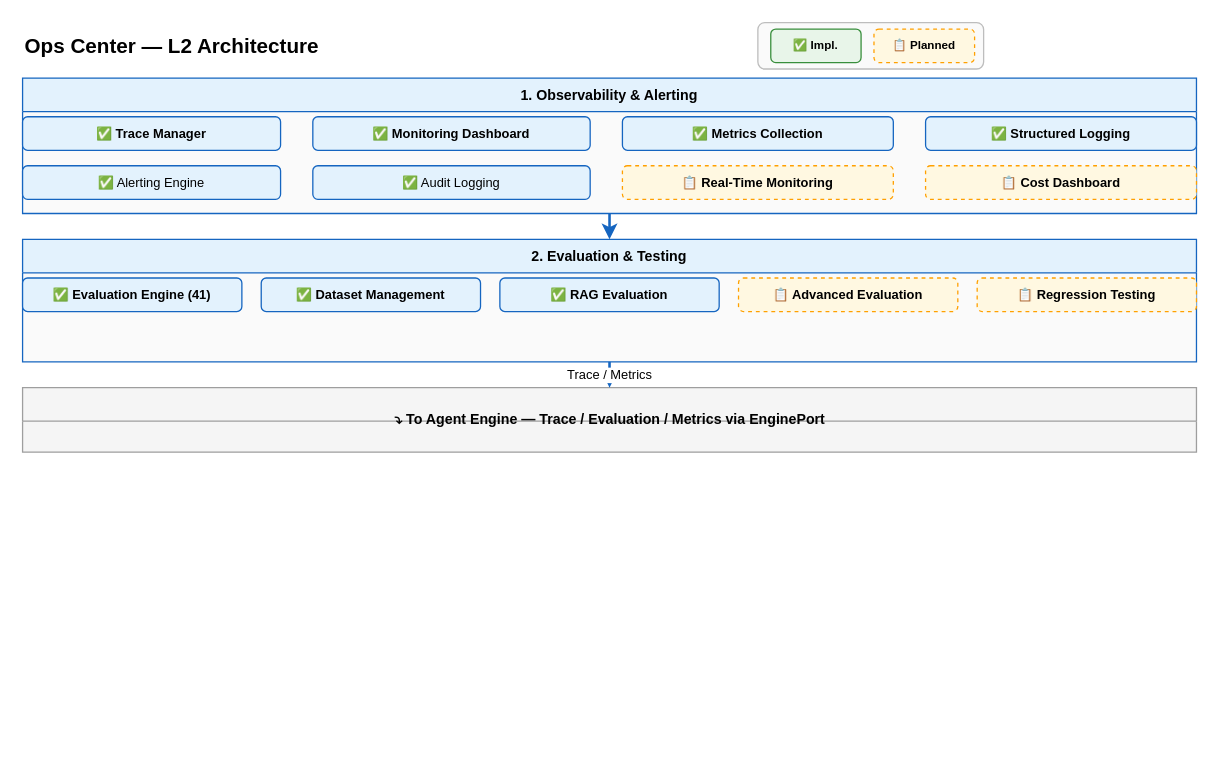
Earlier version of the draw.io diagram docs/design/hardware/ops-center-l2.drawio (xueyufish/hecate). Source tidied: cells renumbered, new cells numbered last; positions are measured from the earlier drawing's top-left corner, leaving out a move shared by most shapes. Both pictures are drawn from the tidied source at 129%, with x=0, y=0 at pixel (22, 22).
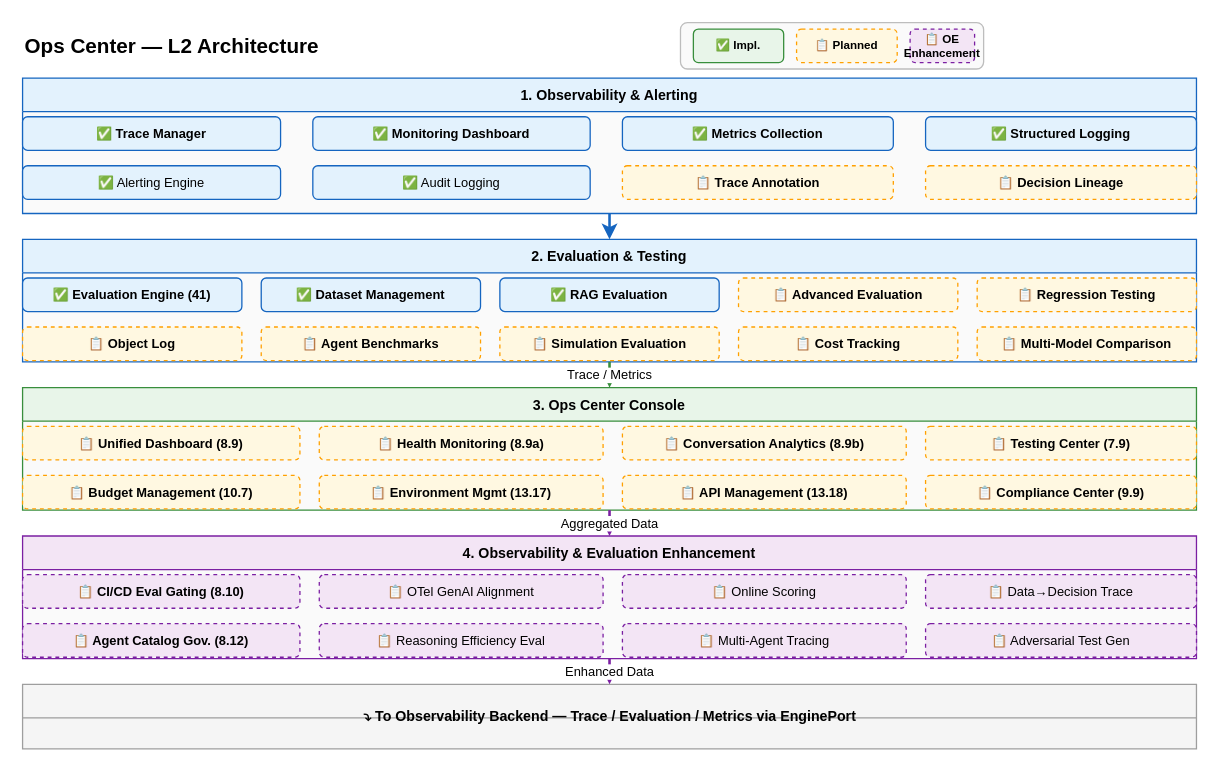
The same diagram, later.

Unchanged cells that the change refers to:
```xml
<mxCell id="6" value="1. Observability &amp; Alerting" style="swimlane;startSize=26;fillColor=#E3F2FD;strokeColor=#1565C0;fontSize=11;fontStyle=1;swimlaneFillColor=#FAFAFA;" parent="1" vertex="1">
  <mxGeometry y="43" width="910" height="105" as="geometry" />
</mxCell>
<mxCell id="15" value="2. Evaluation &amp; Testing" style="swimlane;startSize=26;fillColor=#E3F2FD;strokeColor=#1565C0;fontSize=11;fontStyle=1;swimlaneFillColor=#FAFAFA;" parent="1" vertex="1">
  <mxGeometry y="168" width="910" height="95" as="geometry" />
</mxCell>
```

What changed in the source:
```diff
@@
     <mxCell id="2" style="rounded=1;whiteSpace=wrap;html=1;fillColor=#FAFAFA;strokeColor=#BDBDBD;strokeWidth=1;" parent="1" vertex="1">
-      <mxGeometry x="570" width="175" height="36" as="geometry" />
+      <mxGeometry x="510" width="235" height="36" as="geometry" />
     </mxCell>
     <mxCell id="3" value="✅ Impl." style="rounded=1;whiteSpace=wrap;html=1;fillColor=#E8F5E9;strokeColor=#388E3C;fontSize=9;fontStyle=1;" parent="1" vertex="1">
-      <mxGeometry x="580" y="5" width="70" height="26" as="geometry" />
+      <mxGeometry x="520" y="5" width="70" height="26" as="geometry" />
     </mxCell>
     <mxCell id="4" value="📋 Planned" style="rounded=1;whiteSpace=wrap;html=1;fillColor=#FFF8E1;strokeColor=#FFA000;fontSize=9;fontStyle=1;dashed=1;" parent="1" vertex="1">
-      <mxGeometry x="660" y="5" width="78" height="26" as="geometry" />
+      <mxGeometry x="600" y="5" width="78" height="26" as="geometry" />
     </mxCell>
+    <mxCell id="25" value="📋 OE Enhancement" style="rounded=1;whiteSpace=wrap;html=1;fillColor=#F3E5F5;strokeColor=#7B1FA2;fontSize=9;fontStyle=1;dashed=1;" parent="1" vertex="1">
+      <mxGeometry x="688" y="5" width="50" height="26" as="geometry" />
+    </mxCell>
@@
-    <mxCell id="13" value="📋 Real-Time Monitoring" style="rounded=1;whiteSpace=wrap;html=1;fillColor=#FFF8E1;strokeColor=#FFA000;fontSize=10;fontStyle=1;dashed=1;" parent="6" vertex="1">
-      <mxGeometry x="465" y="68" width="210" height="26" as="geometry" />
-    </mxCell>
-    <mxCell id="14" value="📋 Cost Dashboard" style="rounded=1;whiteSpace=wrap;html=1;fillColor=#FFF8E1;strokeColor=#FFA000;fontSize=10;fontStyle=1;dashed=1;" parent="6" vertex="1">
-      <mxGeometry x="700" y="68" width="210" height="26" as="geometry" />
-    </mxCell>
+    <mxCell id="26" value="📋 Trace Annotation" style="rounded=1;whiteSpace=wrap;html=1;fillColor=#FFF8E1;strokeColor=#FFA000;fontSize=10;fontStyle=1;dashed=1;" parent="6" vertex="1">
+      <mxGeometry x="465" y="68" width="210" height="26" as="geometry" />
+    </mxCell>
+    <mxCell id="27" value="📋 Decision Lineage" style="rounded=1;whiteSpace=wrap;html=1;fillColor=#FFF8E1;strokeColor=#FFA000;fontSize=10;fontStyle=1;dashed=1;" parent="6" vertex="1">
+      <mxGeometry x="700" y="68" width="210" height="26" as="geometry" />
+    </mxCell>
@@
+    <mxCell id="28" value="📋 Object Log" style="rounded=1;whiteSpace=wrap;html=1;fillColor=#FFF8E1;strokeColor=#FFA000;fontSize=10;fontStyle=1;dashed=1;" parent="15" vertex="1">
+      <mxGeometry y="68" width="170" height="26" as="geometry" />
+    </mxCell>
+    <mxCell id="29" value="📋 Agent Benchmarks" style="rounded=1;whiteSpace=wrap;html=1;fillColor=#FFF8E1;strokeColor=#FFA000;fontSize=10;fontStyle=1;dashed=1;" parent="15" vertex="1">
+      <mxGeometry x="185" y="68" width="170" height="26" as="geometry" />
+    </mxCell>
+    <mxCell id="30" value="📋 Simulation Evaluation" style="rounded=1;whiteSpace=wrap;html=1;fillColor=#FFF8E1;strokeColor=#FFA000;fontSize=10;fontStyle=1;dashed=1;" parent="15" vertex="1">
+      <mxGeometry x="370" y="68" width="170" height="26" as="geometry" />
+    </mxCell>
+    <mxCell id="31" value="📋 Cost Tracking" style="rounded=1;whiteSpace=wrap;html=1;fillColor=#FFF8E1;strokeColor=#FFA000;fontSize=10;fontStyle=1;dashed=1;" parent="15" vertex="1">
+      <mxGeometry x="555" y="68" width="170" height="26" as="geometry" />
+    </mxCell>
+    <mxCell id="32" value="📋 Multi-Model Comparison" style="rounded=1;whiteSpace=wrap;html=1;fillColor=#FFF8E1;strokeColor=#FFA000;fontSize=10;fontStyle=1;dashed=1;" parent="15" vertex="1">
+      <mxGeometry x="740" y="68" width="170" height="26" as="geometry" />
+    </mxCell>
-    <mxCell id="21" style="swimlane;startSize=26;fillColor=#F5F5F5;strokeColor=#9E9E9E;fontSize=11;fontStyle=1;swimlaneFillColor=#F5F5F5;" parent="1" vertex="1">
-      <mxGeometry y="283" width="910" height="50" as="geometry" />
+    <mxCell id="21" value="3. Ops Center Console" style="swimlane;startSize=26;fillColor=#E8F5E9;strokeColor=#388E3C;fontSize=11;fontStyle=1;swimlaneFillColor=#FAFAFA;" parent="1" vertex="1">
+      <mxGeometry y="283" width="910" height="95" as="geometry" />
     </mxCell>
-    <mxCell id="22" value="⤵  To Agent Engine — Trace / Evaluation / Metrics via EnginePort" style="text;html=1;fontSize=11;fontStyle=1;align=center;verticalAlign=middle;fillColor=none;strokeColor=none;" parent="21" vertex="1">
-      <mxGeometry x="155" y="5" width="600" height="40" as="geometry" />
-    </mxCell>
+    <mxCell id="33" value="📋 Unified Dashboard (8.9)" style="rounded=1;whiteSpace=wrap;html=1;fillColor=#FFF8E1;strokeColor=#FFA000;fontSize=10;fontStyle=1;dashed=1;" parent="21" vertex="1">
+      <mxGeometry y="30" width="215" height="26" as="geometry" />
+    </mxCell>
+    <mxCell id="34" value="📋 Health Monitoring (8.9a)" style="rounded=1;whiteSpace=wrap;html=1;fillColor=#FFF8E1;strokeColor=#FFA000;fontSize=10;fontStyle=1;dashed=1;" parent="21" vertex="1">
+      <mxGeometry x="230" y="30" width="220" height="26" as="geometry" />
+    </mxCell>
+    <mxCell id="35" value="📋 Conversation Analytics (8.9b)" style="rounded=1;whiteSpace=wrap;html=1;fillColor=#FFF8E1;strokeColor=#FFA000;fontSize=10;fontStyle=1;dashed=1;" parent="21" vertex="1">
+      <mxGeometry x="465" y="30" width="220" height="26" as="geometry" />
+    </mxCell>
+    <mxCell id="36" value="📋 Testing Center (7.9)" style="rounded=1;whiteSpace=wrap;html=1;fillColor=#FFF8E1;strokeColor=#FFA000;fontSize=10;fontStyle=1;dashed=1;" parent="21" vertex="1">
+      <mxGeometry x="700" y="30" width="210" height="26" as="geometry" />
+    </mxCell>
+    <mxCell id="37" value="📋 Budget Management (10.7)" style="rounded=1;whiteSpace=wrap;html=1;fillColor=#FFF8E1;strokeColor=#FFA000;fontSize=10;fontStyle=1;dashed=1;" parent="21" vertex="1">
+      <mxGeometry y="68" width="215" height="26" as="geometry" />
+    </mxCell>
+    <mxCell id="38" value="📋 Environment Mgmt (13.17)" style="rounded=1;whiteSpace=wrap;html=1;fillColor=#FFF8E1;strokeColor=#FFA000;fontSize=10;fontStyle=1;dashed=1;" parent="21" vertex="1">
+      <mxGeometry x="230" y="68" width="220" height="26" as="geometry" />
+    </mxCell>
+    <mxCell id="39" value="📋 API Management (13.18)" style="rounded=1;whiteSpace=wrap;html=1;fillColor=#FFF8E1;strokeColor=#FFA000;fontSize=10;fontStyle=1;dashed=1;" parent="21" vertex="1">
+      <mxGeometry x="465" y="68" width="220" height="26" as="geometry" />
+    </mxCell>
+    <mxCell id="40" value="📋 Compliance Center (9.9)" style="rounded=1;whiteSpace=wrap;html=1;fillColor=#FFF8E1;strokeColor=#FFA000;fontSize=10;fontStyle=1;dashed=1;" parent="21" vertex="1">
+      <mxGeometry x="700" y="68" width="210" height="26" as="geometry" />
+    </mxCell>
+    <mxCell id="41" value="4. Observability &amp; Evaluation Enhancement" style="swimlane;startSize=26;fillColor=#F3E5F5;strokeColor=#7B1FA2;fontSize=11;fontStyle=1;swimlaneFillColor=#FAFAFA;" parent="1" vertex="1">
+      <mxGeometry y="398" width="910" height="95" as="geometry" />
+    </mxCell>
+    <mxCell id="42" value="📋 CI/CD Eval Gating (8.10)" style="rounded=1;whiteSpace=wrap;html=1;fillColor=#F3E5F5;strokeColor=#7B1FA2;fontSize=10;fontStyle=1;dashed=1;" parent="41" vertex="1">
+      <mxGeometry y="30" width="215" height="26" as="geometry" />
+    </mxCell>
+    <mxCell id="43" value="📋 OTel GenAI Alignment" style="rounded=1;whiteSpace=wrap;html=1;fillColor=#F3E5F5;strokeColor=#7B1FA2;fontSize=10;dashed=1;" parent="41" vertex="1">
+      <mxGeometry x="230" y="30" width="220" height="26" as="geometry" />
+    </mxCell>
+    <mxCell id="44" value="📋 Online Scoring" style="rounded=1;whiteSpace=wrap;html=1;fillColor=#F3E5F5;strokeColor=#7B1FA2;fontSize=10;dashed=1;" parent="41" vertex="1">
+      <mxGeometry x="465" y="30" width="220" height="26" as="geometry" />
+    </mxCell>
+    <mxCell id="45" value="📋 Data→Decision Trace" style="rounded=1;whiteSpace=wrap;html=1;fillColor=#F3E5F5;strokeColor=#7B1FA2;fontSize=10;dashed=1;" parent="41" vertex="1">
+      <mxGeometry x="700" y="30" width="210" height="26" as="geometry" />
+    </mxCell>
+    <mxCell id="46" value="📋 Agent Catalog Gov. (8.12)" style="rounded=1;whiteSpace=wrap;html=1;fillColor=#F3E5F5;strokeColor=#7B1FA2;fontSize=10;fontStyle=1;dashed=1;" parent="41" vertex="1">
+      <mxGeometry y="68" width="215" height="26" as="geometry" />
+    </mxCell>
+    <mxCell id="47" value="📋 Reasoning Efficiency Eval" style="rounded=1;whiteSpace=wrap;html=1;fillColor=#F3E5F5;strokeColor=#7B1FA2;fontSize=10;dashed=1;" parent="41" vertex="1">
+      <mxGeometry x="230" y="68" width="220" height="26" as="geometry" />
+    </mxCell>
+    <mxCell id="48" value="📋 Multi-Agent Tracing" style="rounded=1;whiteSpace=wrap;html=1;fillColor=#F3E5F5;strokeColor=#7B1FA2;fontSize=10;dashed=1;" parent="41" vertex="1">
+      <mxGeometry x="465" y="68" width="220" height="26" as="geometry" />
+    </mxCell>
+    <mxCell id="49" value="📋 Adversarial Test Gen" style="rounded=1;whiteSpace=wrap;html=1;fillColor=#F3E5F5;strokeColor=#7B1FA2;fontSize=10;dashed=1;" parent="41" vertex="1">
+      <mxGeometry x="700" y="68" width="210" height="26" as="geometry" />
+    </mxCell>
+    <mxCell id="50" style="swimlane;startSize=26;fillColor=#F5F5F5;strokeColor=#9E9E9E;fontSize=11;fontStyle=1;swimlaneFillColor=#F5F5F5;" parent="1" vertex="1">
+      <mxGeometry y="513" width="910" height="50" as="geometry" />
+    </mxCell>
+    <mxCell id="51" value="⤵  To Observability Backend — Trace / Evaluation / Metrics via EnginePort" style="text;html=1;fontSize=11;fontStyle=1;align=center;verticalAlign=middle;fillColor=none;strokeColor=none;" parent="50" vertex="1">
+      <mxGeometry x="155" y="5" width="600" height="40" as="geometry" />
+    </mxCell>
@@
-    <mxCell id="24" value="Trace / Metrics" style="edgeStyle=orthogonalEdgeStyle;rounded=1;jettySize=auto;html=1;strokeColor=#1565C0;strokeWidth=2;fontSize=10;exitX=0.5;exitY=1;exitDx=0;exitDy=0;entryX=0.5;entryY=0;entryDx=0;entryDy=0;" parent="1" edge="1" source="15" target="21">
+    <mxCell id="24" value="Trace / Metrics" style="edgeStyle=orthogonalEdgeStyle;rounded=1;jettySize=auto;html=1;strokeColor=#388E3C;strokeWidth=2;fontSize=10;exitX=0.5;exitY=1;exitDx=0;exitDy=0;entryX=0.5;entryY=0;entryDx=0;entryDy=0;" parent="1" edge="1" source="15" target="21">
       <mxGeometry relative="1" as="geometry" />
     </mxCell>
+    <mxCell id="52" value="Aggregated Data" style="edgeStyle=orthogonalEdgeStyle;rounded=1;jettySize=auto;html=1;strokeColor=#7B1FA2;strokeWidth=2;fontSize=10;exitX=0.5;exitY=1;exitDx=0;exitDy=0;entryX=0.5;entryY=0;entryDx=0;entryDy=0;" parent="1" edge="1" source="21" target="41">
+      <mxGeometry relative="1" as="geometry" />
+    </mxCell>
+    <mxCell id="53" value="Enhanced Data" style="edgeStyle=orthogonalEdgeStyle;rounded=1;jettySize=auto;html=1;strokeColor=#7B1FA2;strokeWidth=2;fontSize=10;exitX=0.5;exitY=1;exitDx=0;exitDy=0;entryX=0.5;entryY=0;entryDx=0;entryDy=0;" parent="1" edge="1" source="41" target="50">
+      <mxGeometry relative="1" as="geometry" />
+    </mxCell>
```
